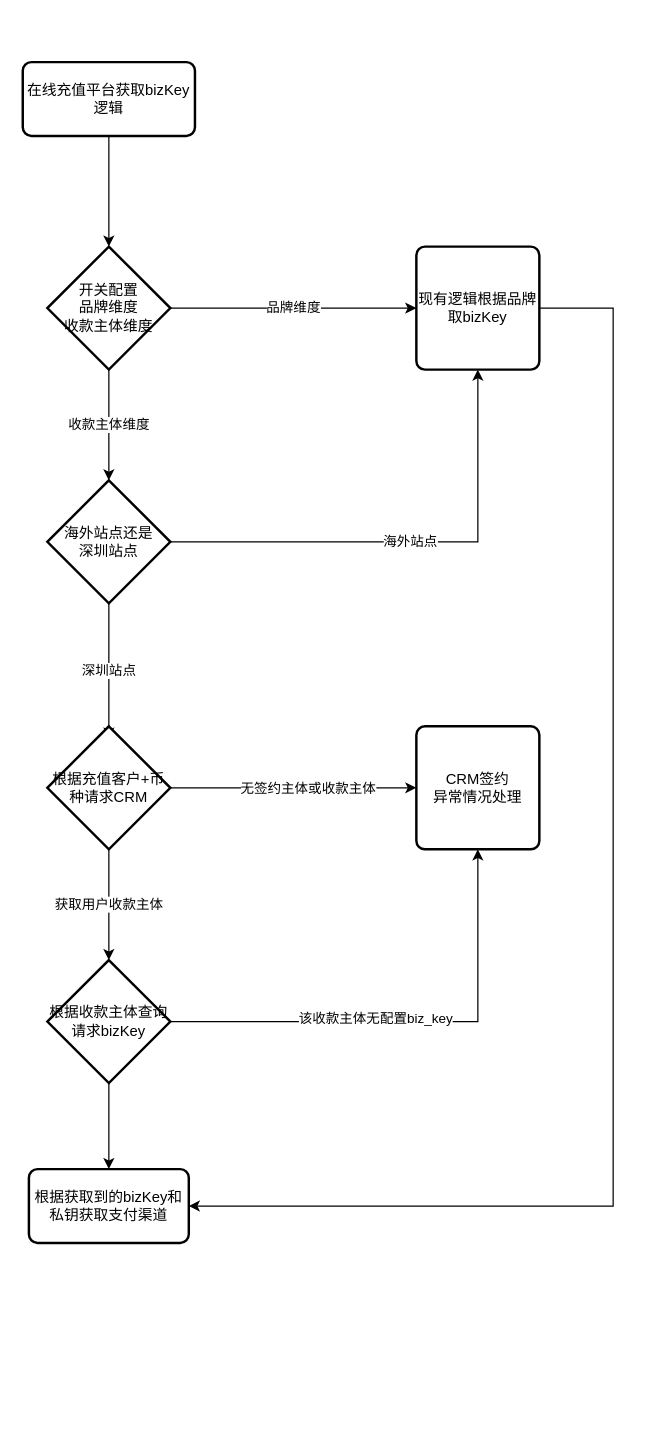
Above: Untitled Diagram.drawio in juanjuan-dev/diagrams (draw.io), before the change. Source tidied: cells renumbered, new cells numbered last; positions are measured from the earlier drawing's top-left corner, leaving out a move shared by most shapes. Both pictures are drawn from the tidied source at 123%, with x=0, y=0 at pixel (22, 62).
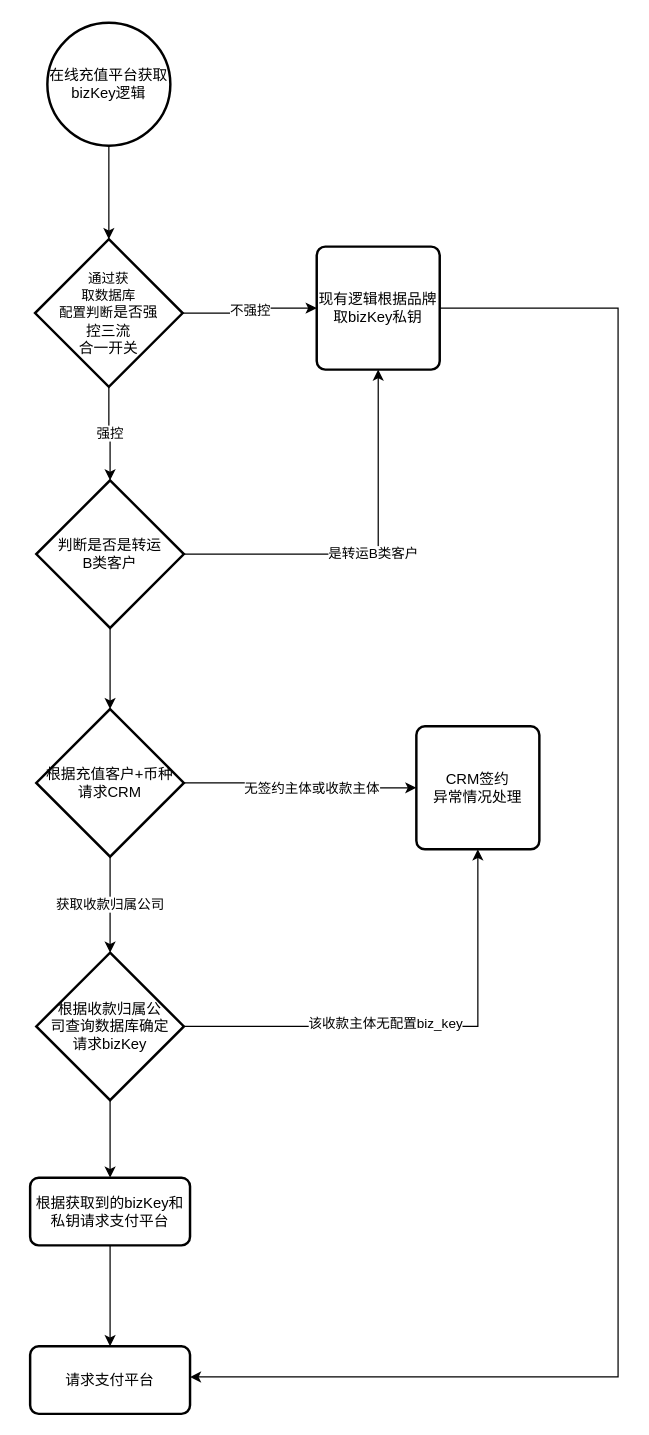
Above is the later version.

Diff of the diagram source:
```diff
@@
-<mxGraphModel background="#FFFFFF">
+<mxGraphModel background="#ffffff">
@@
-    <mxCell id="3" value="在线充值平台获取bizKey逻辑" style="rounded=1;whiteSpace=wrap;html=1;absoluteArcSize=1;arcSize=14;strokeWidth=2;" parent="1" vertex="1">
-      <mxGeometry width="140" height="60" as="geometry" />
-    </mxCell>
-    <mxCell id="4" value="收款主体维度" style="edgeStyle=orthogonalEdgeStyle;rounded=0;jettySize=auto;html=1;exitX=0.5;exitY=1;exitDx=0;exitDy=0;exitPerimeter=0;" parent="1" edge="1" source="6" target="11">
+    <mxCell id="4" value="强控" style="edgeStyle=orthogonalEdgeStyle;rounded=0;jettySize=auto;html=1;exitX=0.5;exitY=1;exitDx=0;exitDy=0;exitPerimeter=0;" parent="1" edge="1" source="6" target="11">
       <mxGeometry relative="1" as="geometry" />
     </mxCell>
-    <mxCell id="5" value="品牌维度" style="edgeStyle=orthogonalEdgeStyle;rounded=0;jettySize=auto;html=1;" parent="1" edge="1" source="6" target="8">
+    <mxCell id="5" value="不强控" style="edgeStyle=orthogonalEdgeStyle;rounded=0;jettySize=auto;html=1;" parent="1" edge="1" source="6" target="8">
       <mxGeometry relative="1" as="geometry" />
     </mxCell>
-    <mxCell id="6" value="开关配置&lt;br&gt;品牌维度&lt;br&gt;收款主体维度" style="strokeWidth=2;html=1;shape=mxgraph.flowchart.decision;whiteSpace=wrap;" parent="1" vertex="1">
-      <mxGeometry x="20" y="150" width="100" height="100" as="geometry" />
+    <mxCell id="6" value="&lt;span style=&quot;font-size: 11px&quot;&gt;通过获&lt;br&gt;取数据库&lt;br&gt;配置判断&lt;/span&gt;是否强&lt;br&gt;控三流&lt;br&gt;合一开关" style="strokeWidth=2;html=1;shape=mxgraph.flowchart.decision;whiteSpace=wrap;" parent="1" vertex="1">
+      <mxGeometry x="10" y="144" width="120" height="120" as="geometry" />
     </mxCell>
-    <mxCell id="7" style="edgeStyle=orthogonalEdgeStyle;rounded=0;jettySize=auto;html=1;entryX=1;entryY=0.5;entryDx=0;entryDy=0;" parent="1" edge="1" source="8" target="21">
-      <mxGeometry relative="1" as="geometry">
-        <Array as="points">
-          <mxPoint x="480" y="200" />
-          <mxPoint x="480" y="930" />
-        </Array>
-      </mxGeometry>
-    </mxCell>
+    <mxCell id="22" style="edgeStyle=orthogonalEdgeStyle;rounded=0;jettySize=auto;html=1;" parent="1" edge="1" source="8" target="24">
+      <mxGeometry relative="1" as="geometry">
+        <Array as="points">
+          <mxPoint x="484" y="200" />
+          <mxPoint x="484" y="1069" />
+        </Array>
+      </mxGeometry>
+    </mxCell>
-    <mxCell id="8" value="现有逻辑根据品牌&lt;br&gt;取bizKey" style="rounded=1;whiteSpace=wrap;html=1;absoluteArcSize=1;arcSize=14;strokeWidth=2;" parent="1" vertex="1">
-      <mxGeometry x="320" y="150" width="100" height="100" as="geometry" />
+    <mxCell id="8" value="现有逻辑根据品牌&lt;br&gt;取bizKey私钥" style="rounded=1;whiteSpace=wrap;html=1;absoluteArcSize=1;arcSize=14;strokeWidth=2;" parent="1" vertex="1">
+      <mxGeometry x="239" y="150" width="100" height="100" as="geometry" />
     </mxCell>
-    <mxCell id="9" value="深圳站点" style="edgeStyle=orthogonalEdgeStyle;rounded=0;jettySize=auto;html=1;exitX=0.5;exitY=1;exitDx=0;exitDy=0;exitPerimeter=0;" parent="1" edge="1" source="11">
-      <mxGeometry relative="1" as="geometry">
-        <mxPoint x="70" y="550" as="targetPoint" />
-      </mxGeometry>
+    <mxCell id="9" style="edgeStyle=orthogonalEdgeStyle;rounded=0;jettySize=auto;html=1;exitX=0.5;exitY=1;exitDx=0;exitDy=0;exitPerimeter=0;entryX=0.5;entryY=0;entryDx=0;entryDy=0;entryPerimeter=0;" parent="1" edge="1" source="11" target="15">
+      <mxGeometry relative="1" as="geometry" />
     </mxCell>
-    <mxCell id="10" value="海外站点" style="edgeStyle=orthogonalEdgeStyle;rounded=0;jettySize=auto;html=1;exitX=1;exitY=0.5;exitDx=0;exitDy=0;exitPerimeter=0;" parent="1" edge="1" source="11" target="8">
+    <mxCell id="10" value="是转运B类客户" style="edgeStyle=orthogonalEdgeStyle;rounded=0;jettySize=auto;html=1;exitX=1;exitY=0.5;exitDx=0;exitDy=0;exitPerimeter=0;" parent="1" edge="1" source="11" target="8">
       <mxGeometry relative="1" as="geometry" />
     </mxCell>
-    <mxCell id="11" value="海外站点还是&lt;br&gt;深圳站点" style="strokeWidth=2;html=1;shape=mxgraph.flowchart.decision;whiteSpace=wrap;" parent="1" vertex="1">
-      <mxGeometry x="20" y="340" width="100" height="100" as="geometry" />
+    <mxCell id="11" value="判断是否是转运&lt;br&gt;B类客户" style="strokeWidth=2;html=1;shape=mxgraph.flowchart.decision;whiteSpace=wrap;" parent="1" vertex="1">
+      <mxGeometry x="11" y="340" width="120" height="120" as="geometry" />
     </mxCell>
-    <mxCell id="12" value="获取用户收款主体" style="edgeStyle=orthogonalEdgeStyle;rounded=0;jettySize=auto;html=1;exitX=0.5;exitY=1;exitDx=0;exitDy=0;exitPerimeter=0;" parent="1" edge="1" source="15" target="20">
+    <mxCell id="12" value="获取收款归属公司" style="edgeStyle=orthogonalEdgeStyle;rounded=0;jettySize=auto;html=1;exitX=0.5;exitY=1;exitDx=0;exitDy=0;exitPerimeter=0;" parent="1" edge="1" source="15" target="20">
       <mxGeometry relative="1" as="geometry" />
     </mxCell>
@@
-    <mxCell id="15" value="根据充值客户+币种请求CRM" style="strokeWidth=2;html=1;shape=mxgraph.flowchart.decision;whiteSpace=wrap;" parent="1" vertex="1">
-      <mxGeometry x="20" y="540" width="100" height="100" as="geometry" />
+    <mxCell id="15" value="根据充值客户+币种&lt;br&gt;请求CRM" style="strokeWidth=2;html=1;shape=mxgraph.flowchart.decision;whiteSpace=wrap;" parent="1" vertex="1">
+      <mxGeometry x="11" y="526" width="120" height="120" as="geometry" />
     </mxCell>
@@
-    <mxCell id="20" value="根据收款主体查询请求bizKey" style="strokeWidth=2;html=1;shape=mxgraph.flowchart.decision;whiteSpace=wrap;" parent="1" vertex="1">
-      <mxGeometry x="20" y="730" width="100" height="100" as="geometry" />
+    <mxCell id="20" value="根据收款归属公&lt;br&gt;司查询数据库确定&lt;br&gt;请求bizKey" style="strokeWidth=2;html=1;shape=mxgraph.flowchart.decision;whiteSpace=wrap;" parent="1" vertex="1">
+      <mxGeometry x="11" y="724" width="120" height="120" as="geometry" />
     </mxCell>
+    <mxCell id="23" style="edgeStyle=orthogonalEdgeStyle;rounded=0;jettySize=auto;html=1;" parent="1" edge="1" source="21" target="24">
+      <mxGeometry relative="1" as="geometry" />
+    </mxCell>
-    <mxCell id="21" value="根据获取到的bizKey和私钥获取支付渠道" style="rounded=1;whiteSpace=wrap;html=1;absoluteArcSize=1;arcSize=14;strokeWidth=2;" parent="1" vertex="1">
-      <mxGeometry x="5" y="900" width="130" height="60" as="geometry" />
+    <mxCell id="21" value="根据获取到的bizKey和私钥请求支付平台" style="rounded=1;whiteSpace=wrap;html=1;absoluteArcSize=1;arcSize=14;strokeWidth=2;" parent="1" vertex="1">
+      <mxGeometry x="6" y="907" width="130" height="55" as="geometry" />
     </mxCell>
+    <mxCell id="3" value="&lt;span&gt;在线充值平台获取bizKey逻辑&lt;/span&gt;" style="strokeWidth=2;html=1;shape=mxgraph.flowchart.start_2;whiteSpace=wrap;" parent="1" vertex="1">
+      <mxGeometry x="20" y="-32" width="100" height="100" as="geometry" />
+    </mxCell>
+    <mxCell id="24" value="请求支付平台" style="rounded=1;whiteSpace=wrap;html=1;absoluteArcSize=1;arcSize=14;strokeWidth=2;" parent="1" vertex="1">
+      <mxGeometry x="6" y="1044" width="130" height="55" as="geometry" />
+    </mxCell>
```
